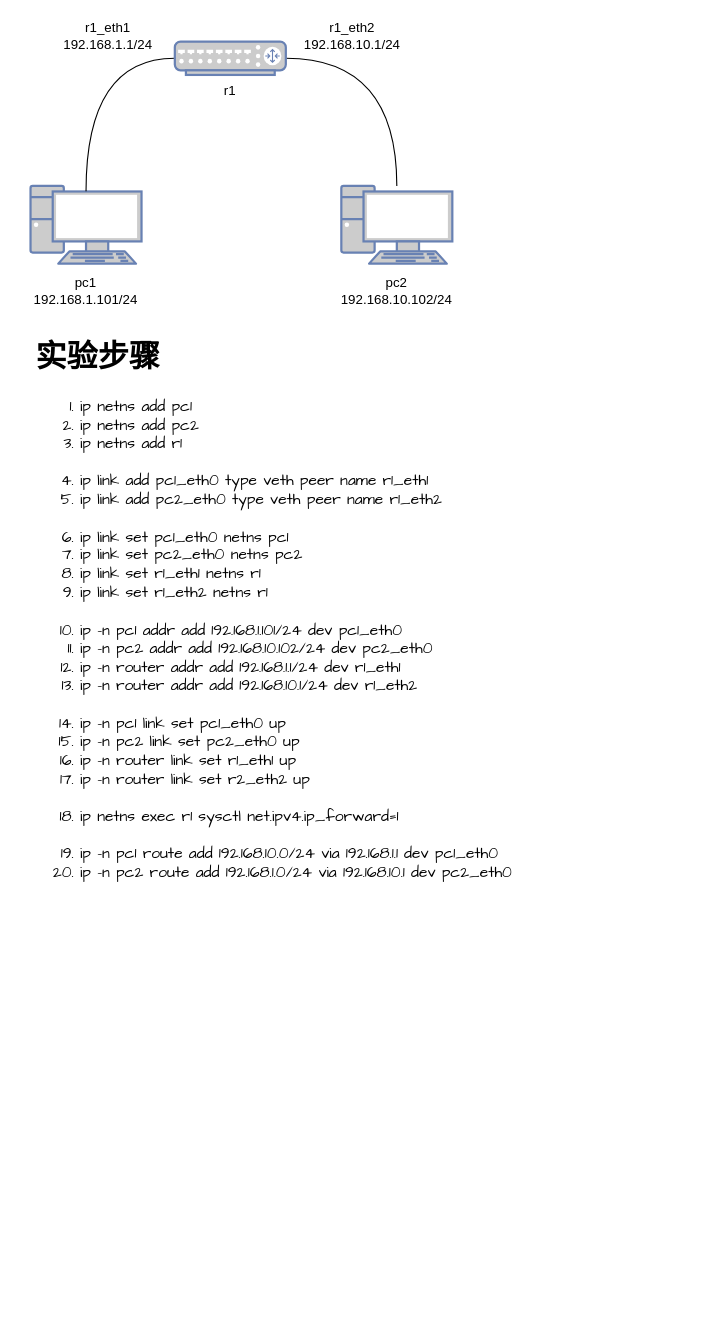
This is page "router" (12 of 15) of network_trainning.drawio from garryfan2013/network_trainning, a draw.io file, before an edit. Source tidied: cells renumbered, new cells numbered last; positions are measured from the earlier drawing's top-left corner, leaving out a move shared by most shapes. Both pictures are drawn from the tidied source at 111%, with x=0, y=0 at pixel (19, 19).
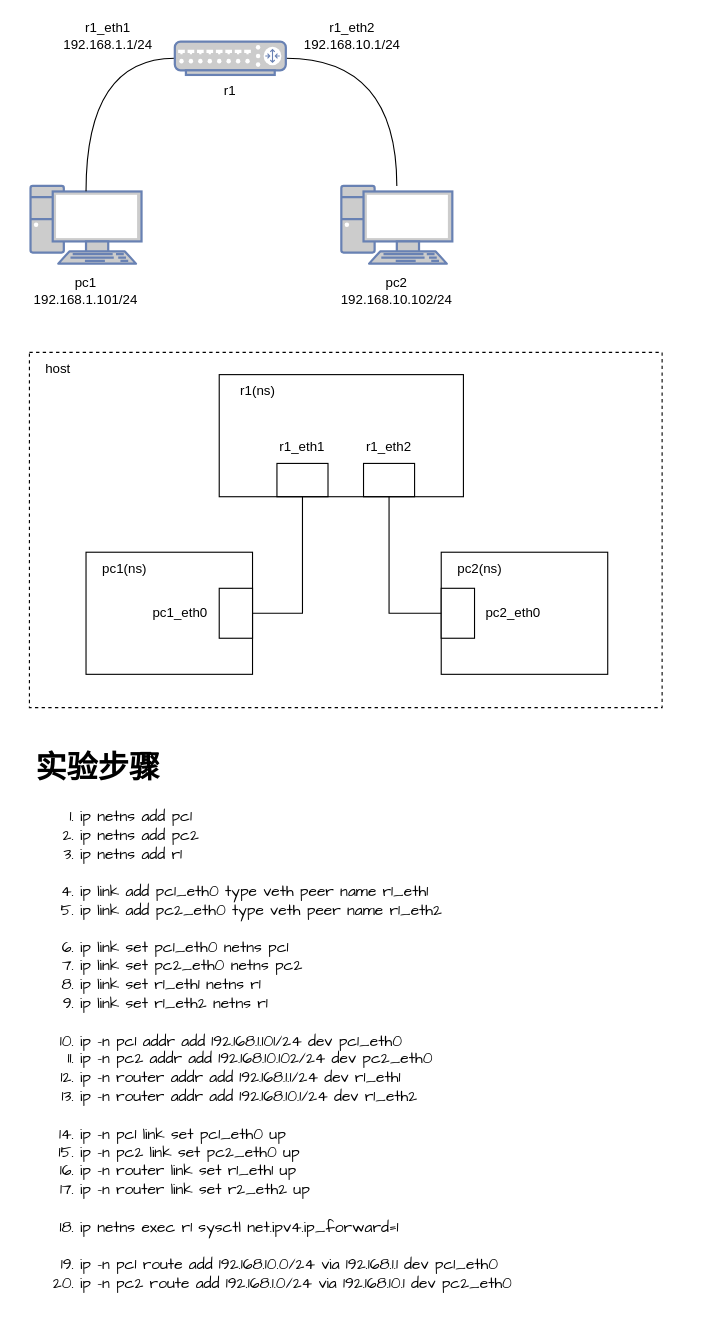
After the change.

Change to the diagram source:
```diff
@@
     <mxCell id="12" value="&lt;h1&gt;实验步骤&lt;/h1&gt;&lt;p&gt;&lt;/p&gt;&lt;ol&gt;&lt;li&gt;ip netns add pc1&lt;/li&gt;&lt;li&gt;ip netns add pc2&lt;/li&gt;&lt;li&gt;ip netns add r1&lt;br&gt;&lt;br&gt;&lt;/li&gt;&lt;li&gt;ip link add pc1_eth0 type veth peer name r1_eth1&lt;br&gt;&lt;/li&gt;&lt;li&gt;ip link add pc2_eth0 type veth peer name r1_eth2&lt;br&gt;&lt;br&gt;&lt;/li&gt;&lt;li&gt;ip link set pc1_eth0 netns pc1&lt;/li&gt;&lt;li&gt;ip link set pc2_eth0 netns pc2&lt;/li&gt;&lt;li&gt;ip link set r1_eth1 netns r1&lt;/li&gt;&lt;li&gt;ip link set r1_eth2 netns r1&lt;br&gt;&lt;br&gt;&lt;/li&gt;&lt;li&gt;ip -n pc1 addr add 192.168.1.101/24 dev pc1_eth0&lt;br&gt;&lt;/li&gt;&lt;li&gt;ip -n pc2 addr add 192.168.10.102/24 dev pc2_eth0&lt;br&gt;&lt;/li&gt;&lt;li&gt;ip -n router addr add 192.168.1.1/24 dev r1_eth1&lt;br&gt;&lt;/li&gt;&lt;li&gt;ip -n router addr add 192.168.10.1/24 dev r1_eth2&lt;br&gt;&lt;br&gt;&lt;/li&gt;&lt;li&gt;ip -n pc1 link set pc1_eth0 up&lt;/li&gt;&lt;li&gt;ip -n pc2 link set pc2_eth0 up&lt;/li&gt;&lt;li&gt;ip -n router link set r1_eth1 up&lt;/li&gt;&lt;li&gt;ip -n router link set r2_eth2 up&lt;br&gt;&lt;br&gt;&lt;/li&gt;&lt;li&gt;ip netns exec r1 sysctl net.ipv4.ip_forward=1&lt;br&gt;&lt;br&gt;&lt;/li&gt;&lt;li&gt;ip -n pc1 route add 192.168.10.0/24 via 192.168.1.1 dev pc1_eth0&lt;br&gt;&lt;/li&gt;&lt;li&gt;ip -n pc2 route add 192.168.1.0/24 via 192.168.10.1 dev pc2_eth0&lt;br&gt;&lt;/li&gt;&lt;/ol&gt;&lt;p&gt;&lt;/p&gt;" style="text;html=1;strokeColor=none;fillColor=none;spacing=5;spacingTop=-20;whiteSpace=wrap;overflow=hidden;rounded=0;fontFamily=Comic Sans MS;fontSize=14;" parent="1" vertex="1">
-      <mxGeometry x="10" y="280" width="590" height="520" as="geometry" />
+      <mxGeometry x="10" y="650" width="590" height="520" as="geometry" />
     </mxCell>
+    <mxCell id="13" style="group;" parent="1" vertex="1">
+      <mxGeometry y="300" width="579" height="320" as="geometry" />
+    </mxCell>
+    <mxCell id="14" style="rounded=0;whiteSpace=wrap;html=1;fontFamily=Comic Sans MS;fontSize=14;fillColor=none;dashed=1;" parent="13" vertex="1">
+      <mxGeometry x="9" width="570" height="320" as="geometry" />
+    </mxCell>
+    <mxCell id="15" style="rounded=0;whiteSpace=wrap;html=1;fontFamily=Comic Sans MS;fontSize=14;" parent="13" vertex="1">
+      <mxGeometry x="60" y="180" width="150" height="110" as="geometry" />
+    </mxCell>
+    <mxCell id="16" style="rounded=0;whiteSpace=wrap;html=1;fontFamily=Comic Sans MS;fontSize=14;" parent="13" vertex="1">
+      <mxGeometry x="180" y="212.5" width="30" height="45" as="geometry" />
+    </mxCell>
+    <mxCell id="17" value="pc1_eth0" style="text;html=1;strokeColor=none;fillColor=none;align=center;verticalAlign=middle;whiteSpace=wrap;rounded=0;dashed=1;" parent="13" vertex="1">
+      <mxGeometry x="110" y="220" width="70" height="30" as="geometry" />
+    </mxCell>
+    <mxCell id="18" value="pc1(ns)" style="text;html=1;strokeColor=none;fillColor=none;align=center;verticalAlign=middle;whiteSpace=wrap;rounded=0;dashed=1;" parent="13" vertex="1">
+      <mxGeometry x="60" y="180" width="70" height="30" as="geometry" />
+    </mxCell>
+    <mxCell id="19" style="rounded=0;whiteSpace=wrap;html=1;fontFamily=Comic Sans MS;fontSize=14;" parent="13" vertex="1">
+      <mxGeometry x="380" y="180" width="150" height="110" as="geometry" />
+    </mxCell>
+    <mxCell id="20" style="rounded=0;whiteSpace=wrap;html=1;fontFamily=Comic Sans MS;fontSize=14;" parent="13" vertex="1">
+      <mxGeometry x="380" y="212.5" width="30" height="45" as="geometry" />
+    </mxCell>
+    <mxCell id="21" value="pc2_eth0" style="text;html=1;strokeColor=none;fillColor=none;align=center;verticalAlign=middle;whiteSpace=wrap;rounded=0;dashed=1;" parent="13" vertex="1">
+      <mxGeometry x="410" y="220" width="70" height="30" as="geometry" />
+    </mxCell>
+    <mxCell id="22" value="pc2(ns)" style="text;html=1;strokeColor=none;fillColor=none;align=center;verticalAlign=middle;whiteSpace=wrap;rounded=0;dashed=1;" parent="13" vertex="1">
+      <mxGeometry x="380" y="180" width="70" height="30" as="geometry" />
+    </mxCell>
+    <mxCell id="23" style="endArrow=none;html=1;rounded=0;fontFamily=Comic Sans MS;fontSize=14;exitX=1;exitY=0.5;exitDx=0;exitDy=0;entryX=0.5;entryY=1;entryDx=0;entryDy=0;edgeStyle=orthogonalEdgeStyle;" parent="13" edge="1" source="16" target="27">
+      <mxGeometry x="10" y="140" as="geometry" />
+    </mxCell>
+    <mxCell id="24" value="host" style="text;html=1;strokeColor=none;fillColor=none;align=center;verticalAlign=middle;whiteSpace=wrap;rounded=0;dashed=1;" parent="13" vertex="1">
+      <mxGeometry width="70" height="30" as="geometry" />
+    </mxCell>
+    <mxCell id="25" style="rounded=0;whiteSpace=wrap;html=1;fontFamily=Comic Sans MS;fontSize=14;" parent="13" vertex="1">
+      <mxGeometry x="180" y="20" width="220" height="110" as="geometry" />
+    </mxCell>
+    <mxCell id="26" value="r1(ns)" style="text;html=1;strokeColor=none;fillColor=none;align=center;verticalAlign=middle;whiteSpace=wrap;rounded=0;dashed=1;" parent="13" vertex="1">
+      <mxGeometry x="180" y="20" width="70" height="30" as="geometry" />
+    </mxCell>
+    <mxCell id="27" style="rounded=0;whiteSpace=wrap;html=1;fontFamily=Comic Sans MS;fontSize=14;fillColor=none;" parent="13" vertex="1">
+      <mxGeometry x="232" y="100" width="46" height="30" as="geometry" />
+    </mxCell>
+    <mxCell id="28" style="rounded=0;whiteSpace=wrap;html=1;fontFamily=Comic Sans MS;fontSize=14;fillColor=none;" parent="13" vertex="1">
+      <mxGeometry x="310" y="100" width="46" height="30" as="geometry" />
+    </mxCell>
+    <mxCell id="29" style="endArrow=none;html=1;rounded=0;fontFamily=Comic Sans MS;fontSize=14;exitX=0;exitY=0.5;exitDx=0;exitDy=0;entryX=0.5;entryY=1;entryDx=0;entryDy=0;edgeStyle=orthogonalEdgeStyle;" parent="13" edge="1" source="20" target="28">
+      <mxGeometry x="20" y="150" as="geometry" />
+    </mxCell>
+    <mxCell id="30" value="r1_eth1" style="text;html=1;strokeColor=none;fillColor=none;align=center;verticalAlign=middle;whiteSpace=wrap;rounded=0;dashed=1;" parent="13" vertex="1">
+      <mxGeometry x="220" y="70" width="70" height="30" as="geometry" />
+    </mxCell>
+    <mxCell id="31" value="r1_eth2" style="text;html=1;strokeColor=none;fillColor=none;align=center;verticalAlign=middle;whiteSpace=wrap;rounded=0;dashed=1;" parent="13" vertex="1">
+      <mxGeometry x="298" y="70" width="70" height="30" as="geometry" />
+    </mxCell>
```
